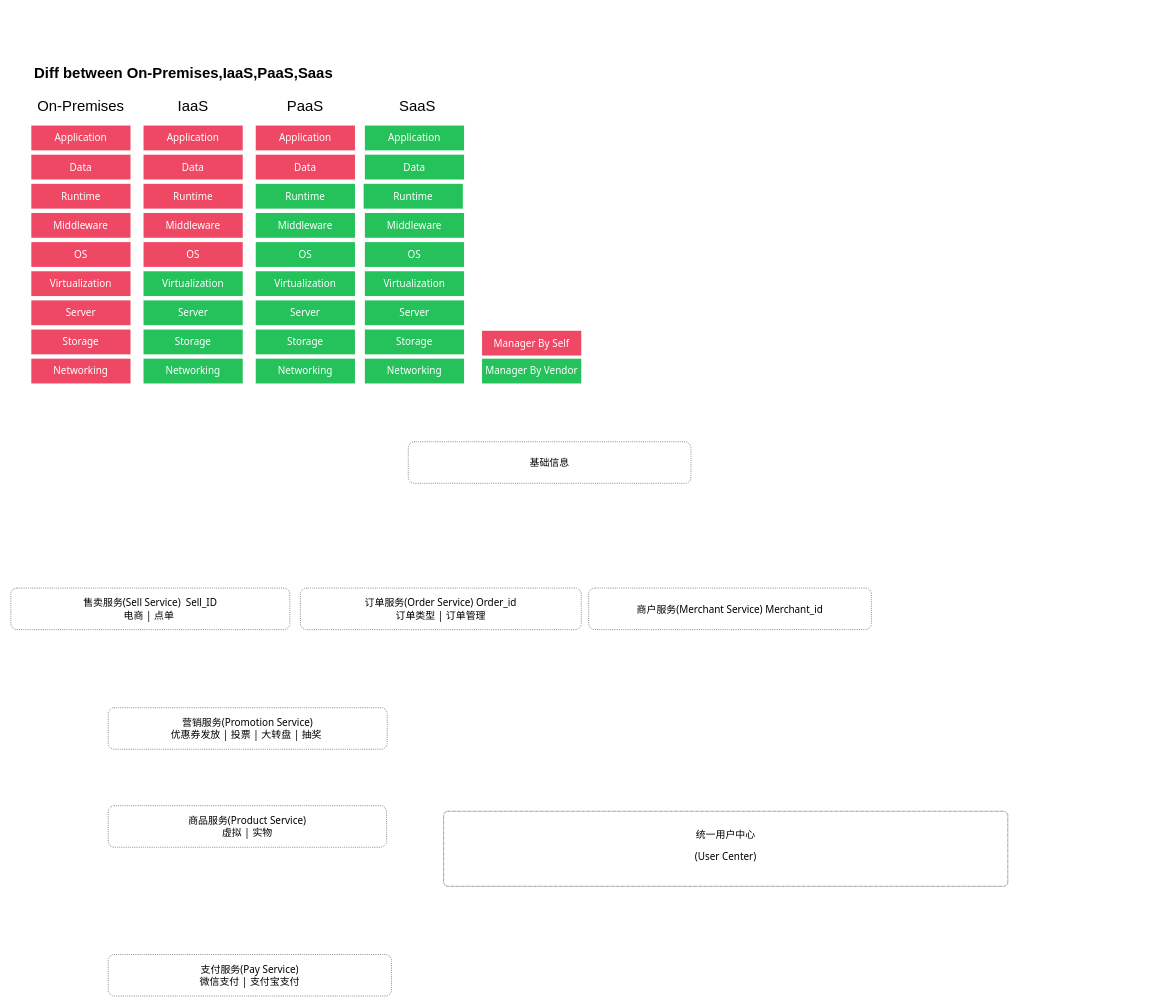
Above: 系统架构(全能力版).drawio in joestarhu/drowio (draw.io), before the change. Source tidied: cells renumbered, new cells numbered last; positions are measured from the earlier drawing's top-left corner, leaving out a move shared by most shapes. Both pictures are drawn from the tidied source at 62%, with x=0, y=0 at pixel (11, 61).
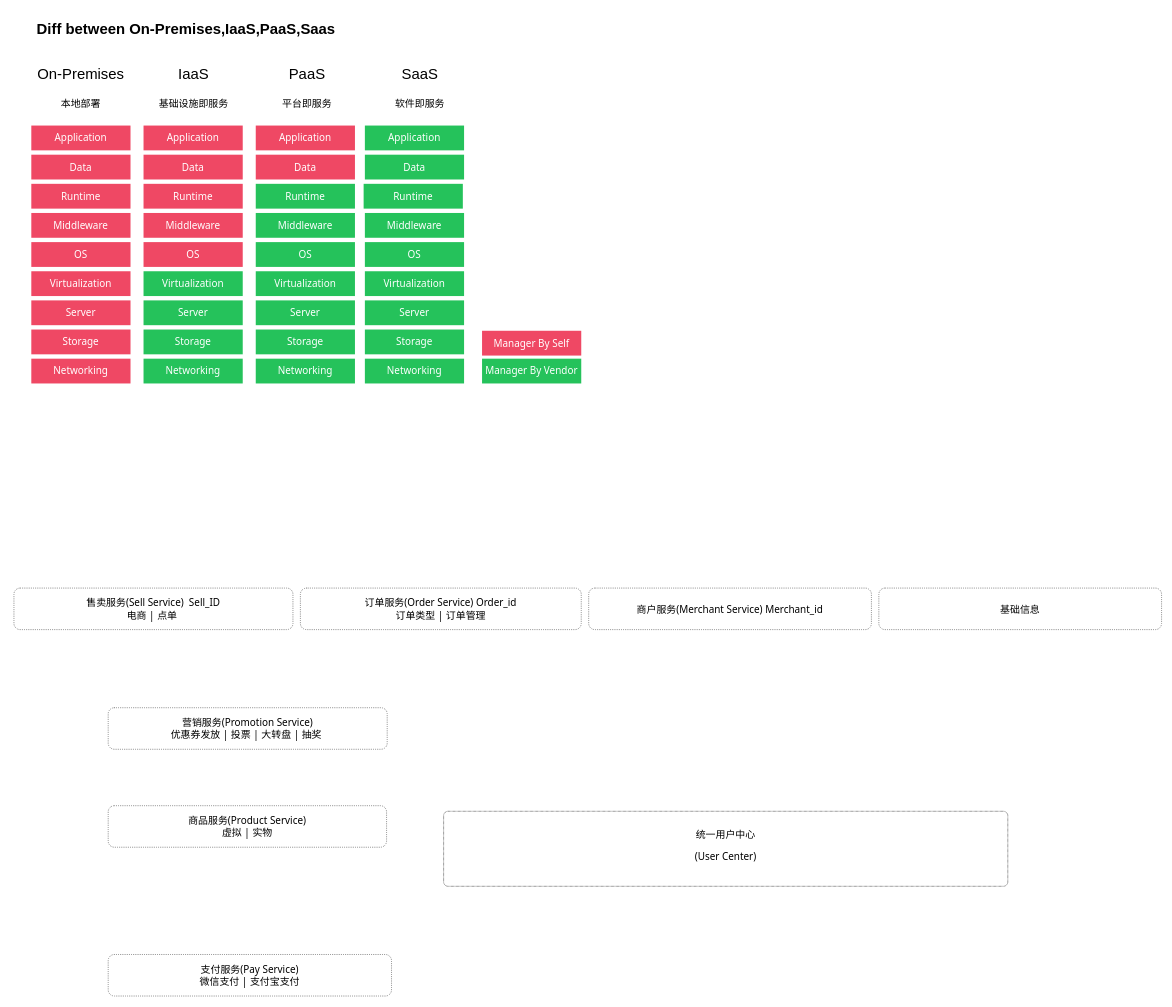
After the change.

Commit message (it also covers changes not shown here):
更新系统架构(全能力版).drawio

The edit, as a diff of the source:
```diff
@@
     <mxCell id="2" value="&lt;h1 style=&quot;font-size: 24px;&quot;&gt;Diff between On-Premises,IaaS,PaaS,Saas&lt;/h1&gt;" style="text;html=1;strokeColor=none;fillColor=none;spacing=5;spacingTop=-20;whiteSpace=wrap;overflow=hidden;rounded=0;fontSize=24;" parent="1" vertex="1">
-      <mxGeometry x="33" width="698" height="45" as="geometry" />
+      <mxGeometry x="36.5" y="-71" width="698" height="45" as="geometry" />
     </mxCell>
@@
-    <mxCell id="13" value="&lt;h1 style=&quot;font-size: 24px;&quot;&gt;&lt;span style=&quot;background-color: initial; font-weight: normal;&quot;&gt;On-Premises&lt;/span&gt;&lt;br&gt;&lt;/h1&gt;" style="text;html=1;strokeColor=none;fillColor=none;spacing=5;spacingTop=-20;whiteSpace=wrap;overflow=hidden;rounded=0;fontSize=24;align=center;verticalAlign=middle;" parent="1" vertex="1">
-      <mxGeometry x="33" y="57" width="160" height="40" as="geometry" />
+    <mxCell id="13" value="&lt;h1 style=&quot;font-size: 24px;&quot;&gt;&lt;span style=&quot;background-color: initial; font-weight: normal;&quot;&gt;On-Premises&lt;/span&gt;&lt;br&gt;&lt;/h1&gt;&lt;div&gt;&lt;span style=&quot;background-color: initial; font-weight: normal;&quot;&gt;&lt;font style=&quot;font-size: 16px;&quot;&gt;本地部署&lt;/font&gt;&lt;/span&gt;&lt;/div&gt;" style="text;html=1;strokeColor=none;fillColor=none;spacing=5;spacingTop=-20;whiteSpace=wrap;overflow=hidden;rounded=0;fontSize=24;align=center;verticalAlign=middle;" parent="1" vertex="1">
+      <mxGeometry x="33" y="-5" width="160" height="100" as="geometry" />
     </mxCell>
-    <mxCell id="14" value="&lt;h1 style=&quot;font-size: 24px;&quot;&gt;&lt;span style=&quot;font-weight: 400;&quot;&gt;IaaS&lt;/span&gt;&lt;/h1&gt;" style="text;html=1;strokeColor=none;fillColor=none;spacing=5;spacingTop=-20;whiteSpace=wrap;overflow=hidden;rounded=0;fontSize=24;align=center;verticalAlign=middle;" parent="1" vertex="1">
-      <mxGeometry x="214" y="57" width="160" height="40" as="geometry" />
+    <mxCell id="14" value="&lt;h1 style=&quot;font-size: 24px;&quot;&gt;&lt;span style=&quot;font-weight: 400;&quot;&gt;IaaS&lt;/span&gt;&lt;/h1&gt;&lt;div&gt;&lt;font style=&quot;font-size: 16px;&quot;&gt;基础设施即服务&lt;/font&gt;&lt;/div&gt;" style="text;html=1;strokeColor=none;fillColor=none;spacing=5;spacingTop=-20;whiteSpace=wrap;overflow=hidden;rounded=0;fontSize=24;align=center;verticalAlign=middle;" parent="1" vertex="1">
+      <mxGeometry x="215" y="-5" width="160" height="100" as="geometry" />
     </mxCell>
@@
-    <mxCell id="25" value="&lt;h1 style=&quot;font-size: 24px;&quot;&gt;&lt;span style=&quot;font-weight: 400;&quot;&gt;PaaS&lt;/span&gt;&lt;/h1&gt;" style="text;html=1;strokeColor=none;fillColor=none;spacing=5;spacingTop=-20;whiteSpace=wrap;overflow=hidden;rounded=0;fontSize=24;align=center;verticalAlign=middle;" parent="1" vertex="1">
-      <mxGeometry x="395" y="57" width="160" height="40" as="geometry" />
+    <mxCell id="25" value="&lt;h1 style=&quot;font-size: 24px;&quot;&gt;&lt;span style=&quot;font-weight: 400;&quot;&gt;PaaS&lt;/span&gt;&lt;/h1&gt;&lt;div&gt;&lt;span style=&quot;font-weight: 400;&quot;&gt;&lt;font style=&quot;font-size: 16px;&quot;&gt;平台即服务&lt;/font&gt;&lt;/span&gt;&lt;/div&gt;" style="text;html=1;strokeColor=none;fillColor=none;spacing=5;spacingTop=-20;whiteSpace=wrap;overflow=hidden;rounded=0;fontSize=24;align=center;verticalAlign=middle;" parent="1" vertex="1">
+      <mxGeometry x="398" y="-5" width="160" height="100" as="geometry" />
     </mxCell>
@@
-    <mxCell id="35" value="&lt;h1 style=&quot;font-size: 24px;&quot;&gt;&lt;span style=&quot;font-weight: 400;&quot;&gt;SaaS&lt;/span&gt;&lt;/h1&gt;" style="text;html=1;strokeColor=none;fillColor=none;spacing=5;spacingTop=-20;whiteSpace=wrap;overflow=hidden;rounded=0;fontSize=24;align=center;verticalAlign=middle;" parent="1" vertex="1">
-      <mxGeometry x="576" y="57" width="160" height="40" as="geometry" />
+    <mxCell id="35" value="&lt;h1 style=&quot;font-size: 24px;&quot;&gt;&lt;span style=&quot;font-weight: 400;&quot;&gt;SaaS&lt;/span&gt;&lt;/h1&gt;&lt;div&gt;&lt;span style=&quot;font-weight: 400;&quot;&gt;&lt;font style=&quot;font-size: 16px;&quot;&gt;软件即服务&lt;/font&gt;&lt;/span&gt;&lt;/div&gt;" style="text;html=1;strokeColor=none;fillColor=none;spacing=5;spacingTop=-20;whiteSpace=wrap;overflow=hidden;rounded=0;fontSize=24;align=center;verticalAlign=middle;" parent="1" vertex="1">
+      <mxGeometry x="580" y="-5" width="160" height="100" as="geometry" />
     </mxCell>
@@
     <mxCell id="49" value="售卖服务(Sell Service)&amp;nbsp; Sell_ID&lt;br&gt;电商 | 点单&amp;nbsp;" style="rounded=1;whiteSpace=wrap;html=1;fontFamily=Tahoma;verticalAlign=middle;align=center;spacing=8;fontSize=16;strokeColor=default;dashed=1;dashPattern=1 2;" parent="1" vertex="1">
-      <mxGeometry y="850" width="450" height="67" as="geometry" />
+      <mxGeometry x="5" y="850" width="450" height="67" as="geometry" />
     </mxCell>
@@
     <mxCell id="52" value="基础信息" style="rounded=1;whiteSpace=wrap;html=1;fontFamily=Tahoma;verticalAlign=middle;align=center;spacing=8;fontSize=16;strokeColor=default;dashed=1;dashPattern=1 2;" parent="1" vertex="1">
-      <mxGeometry x="641" y="614" width="456" height="67" as="geometry" />
+      <mxGeometry x="1400" y="850" width="456" height="67" as="geometry" />
     </mxCell>
```
